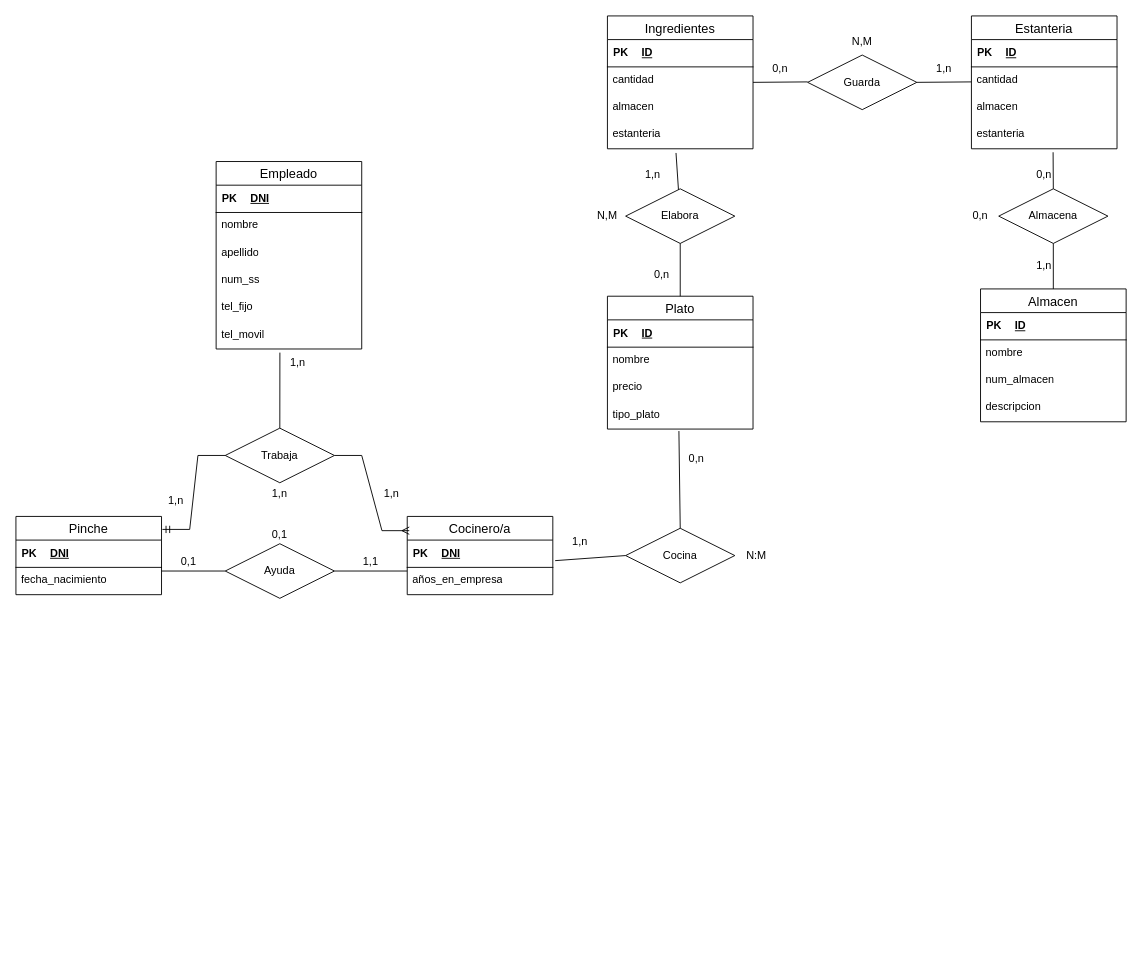
This is Ejercicio13.drawio from Daninuro/diagrames-cvf-dn-mpl-n-11102023, a draw.io file, before an edit. Source tidied: cells renumbered, new cells numbered last; positions are measured from the earlier drawing's top-left corner, leaving out a move shared by most shapes. Both pictures are drawn from the tidied source at 91%, with x=0, y=0 at pixel (15, 15).
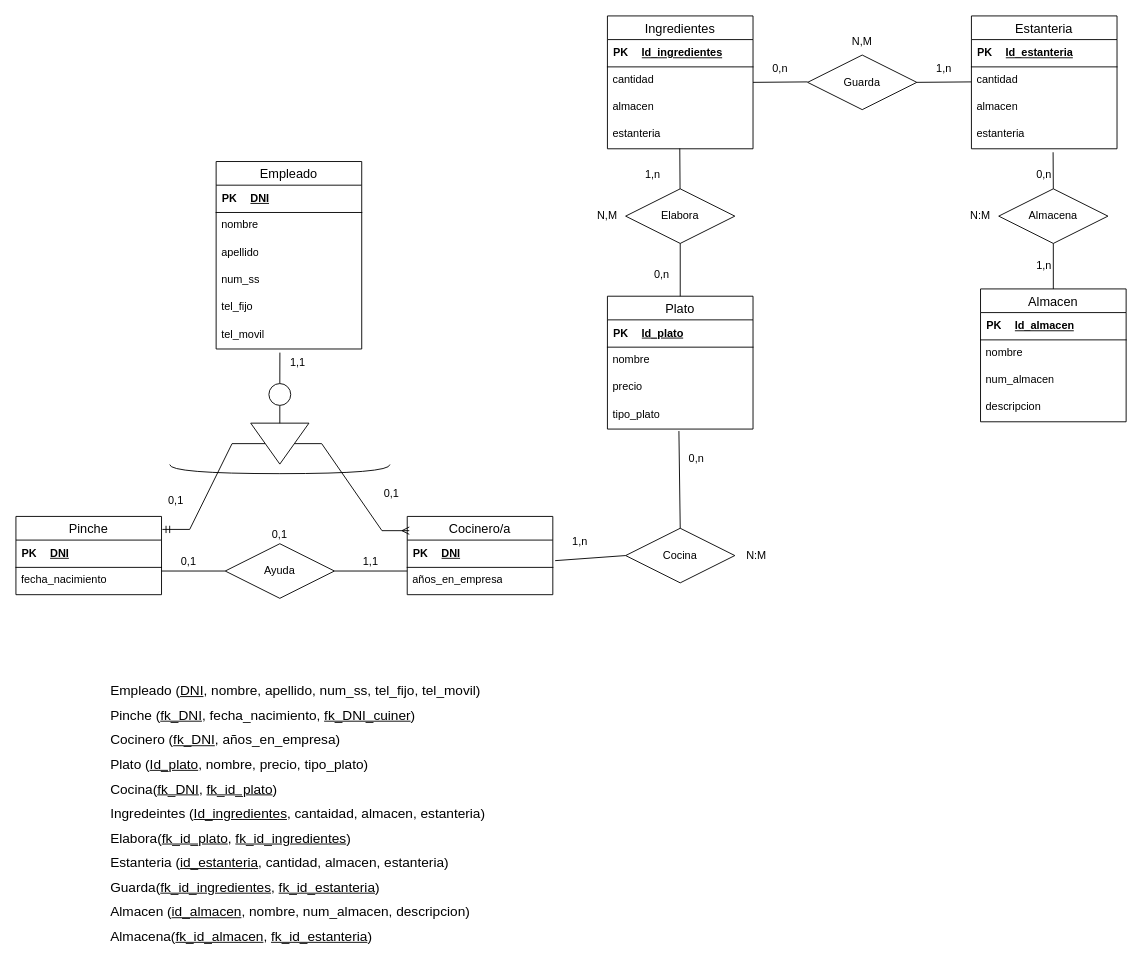
The same page after the edit.

The change refers to these unchanged cells:
```xml
<mxCell id="11" value="tel_movil" style="text;strokeColor=none;fillColor=none;spacingLeft=4;spacingRight=4;overflow=hidden;points=[[0,0.5],[1,0.5]];portConstraint=eastwest;fontSize=12;whiteSpace=wrap;html=1;" parent="2" vertex="1">
  <mxGeometry y="176" width="160" height="30" as="geometry" />
</mxCell>
<mxCell id="12" value="Cocinero/a" style="swimlane;fontStyle=0;horizontal=1;startSize=26;align=center;fontSize=14;" parent="1" vertex="1">
  <mxGeometry x="430" y="550" width="160" height="86" as="geometry" />
</mxCell>
<mxCell id="18" value="Pinche" style="swimlane;fontStyle=0;horizontal=1;startSize=26;align=center;fontSize=14;" parent="1" vertex="1">
  <mxGeometry y="550" width="160" height="86" as="geometry" />
</mxCell>
<mxCell id="26" style="shape=tableRow;horizontal=0;startSize=0;swimlaneHead=0;swimlaneBody=0;fillColor=none;top=0;left=0;right=0;bottom=1;" parent="25" vertex="1">
  <mxGeometry width="160" height="30" as="geometry" />
</mxCell>
<mxCell id="34" style="shape=tableRow;horizontal=0;startSize=0;swimlaneHead=0;swimlaneBody=0;fillColor=none;top=0;left=0;right=0;bottom=1;" parent="33" vertex="1">
  <mxGeometry width="160" height="30" as="geometry" />
</mxCell>
<mxCell id="39" value="estanteria" style="text;strokeColor=none;fillColor=none;spacingLeft=4;spacingRight=4;overflow=hidden;points=[[0,0.5],[1,0.5]];portConstraint=eastwest;fontSize=12;whiteSpace=wrap;html=1;" parent="32" vertex="1">
  <mxGeometry y="116" width="160" height="30" as="geometry" />
</mxCell>
<mxCell id="42" style="shape=tableRow;horizontal=0;startSize=0;swimlaneHead=0;swimlaneBody=0;fillColor=none;top=0;left=0;right=0;bottom=1;" parent="41" vertex="1">
  <mxGeometry width="160" height="30" as="geometry" />
</mxCell>
<mxCell id="50" style="shape=tableRow;horizontal=0;startSize=0;swimlaneHead=0;swimlaneBody=0;fillColor=none;top=0;left=0;right=0;bottom=1;" parent="49" vertex="1">
  <mxGeometry width="160" height="30" as="geometry" />
</mxCell>
<mxCell id="71" value="Elabora" style="shape=rhombus;perimeter=rhombusPerimeter;whiteSpace=wrap;html=1;align=center;" parent="1" vertex="1">
  <mxGeometry x="670" y="190" width="120" height="60" as="geometry" />
</mxCell>
```

The edit, as a diff of the source:
```diff
@@
-    <mxCell id="28" value="ID" style="shape=partialRectangle;fillColor=none;top=0;left=0;bottom=0;right=0;align=left;spacingLeft=6;fontStyle=5;overflow=hidden;whiteSpace=wrap;html=1;" parent="26" vertex="1">
+    <mxCell id="28" value="Id_plato" style="shape=partialRectangle;fillColor=none;top=0;left=0;bottom=0;right=0;align=left;spacingLeft=6;fontStyle=5;overflow=hidden;whiteSpace=wrap;html=1;" parent="26" vertex="1">
       <mxGeometry x="30" width="130" height="30" as="geometry" />
     </mxCell>
@@
-    <mxCell id="36" value="ID" style="shape=partialRectangle;fillColor=none;top=0;left=0;bottom=0;right=0;align=left;spacingLeft=6;fontStyle=5;overflow=hidden;whiteSpace=wrap;html=1;" parent="34" vertex="1">
+    <mxCell id="36" value="Id_ingredientes" style="shape=partialRectangle;fillColor=none;top=0;left=0;bottom=0;right=0;align=left;spacingLeft=6;fontStyle=5;overflow=hidden;whiteSpace=wrap;html=1;" parent="34" vertex="1">
       <mxGeometry x="30" width="130" height="30" as="geometry" />
     </mxCell>
@@
-    <mxCell id="44" value="ID" style="shape=partialRectangle;fillColor=none;top=0;left=0;bottom=0;right=0;align=left;spacingLeft=6;fontStyle=5;overflow=hidden;whiteSpace=wrap;html=1;" parent="42" vertex="1">
+    <mxCell id="44" value="Id_estanteria" style="shape=partialRectangle;fillColor=none;top=0;left=0;bottom=0;right=0;align=left;spacingLeft=6;fontStyle=5;overflow=hidden;whiteSpace=wrap;html=1;" parent="42" vertex="1">
       <mxGeometry x="30" width="130" height="30" as="geometry" />
     </mxCell>
@@
-    <mxCell id="52" value="ID" style="shape=partialRectangle;fillColor=none;top=0;left=0;bottom=0;right=0;align=left;spacingLeft=6;fontStyle=5;overflow=hidden;whiteSpace=wrap;html=1;" parent="50" vertex="1">
+    <mxCell id="52" value="Id_almacen" style="shape=partialRectangle;fillColor=none;top=0;left=0;bottom=0;right=0;align=left;spacingLeft=6;fontStyle=5;overflow=hidden;whiteSpace=wrap;html=1;" parent="50" vertex="1">
       <mxGeometry x="30" width="130" height="30" as="geometry" />
     </mxCell>
@@
-    <mxCell id="56" value="Trabaja" style="shape=rhombus;perimeter=rhombusPerimeter;whiteSpace=wrap;html=1;align=center;" parent="1" vertex="1">
-      <mxGeometry x="230" y="453" width="120" height="60" as="geometry" />
-    </mxCell>
-    <mxCell id="57" style="endArrow=none;html=1;rounded=0;entryX=0.438;entryY=1.133;entryDx=0;entryDy=0;entryPerimeter=0;exitX=0.5;exitY=0;exitDx=0;exitDy=0;" parent="1" edge="1" source="56" target="11">
+    <mxCell id="57" style="endArrow=none;html=1;rounded=0;entryX=0.438;entryY=1.133;entryDx=0;entryDy=0;entryPerimeter=0;exitX=0.5;exitY=0;exitDx=0;exitDy=0;" parent="1" edge="1" source="96" target="11">
       <mxGeometry relative="1" as="geometry" />
     </mxCell>
-    <mxCell id="58" style="edgeStyle=entityRelationEdgeStyle;fontSize=12;html=1;endArrow=ERmany;rounded=0;entryX=0.014;entryY=0.182;entryDx=0;entryDy=0;entryPerimeter=0;exitX=1;exitY=0.5;exitDx=0;exitDy=0;" parent="1" edge="1" source="56" target="12">
+    <mxCell id="58" style="edgeStyle=entityRelationEdgeStyle;fontSize=12;html=1;endArrow=ERmany;rounded=0;entryX=0.014;entryY=0.182;entryDx=0;entryDy=0;entryPerimeter=0;exitX=0.5;exitY=0;exitDx=0;exitDy=0;" parent="1" edge="1" source="97" target="12">
       <mxGeometry relative="1" as="geometry">
         <Array as="points">
           <mxPoint x="410" y="620" />
         </Array>
       </mxGeometry>
     </mxCell>
-    <mxCell id="59" style="edgeStyle=entityRelationEdgeStyle;fontSize=12;html=1;endArrow=ERmandOne;rounded=0;exitX=0;exitY=0.5;exitDx=0;exitDy=0;entryX=1.006;entryY=0.166;entryDx=0;entryDy=0;entryPerimeter=0;" parent="1" edge="1" source="56" target="18">
+    <mxCell id="59" style="edgeStyle=entityRelationEdgeStyle;fontSize=12;html=1;endArrow=ERmandOne;rounded=0;entryX=1.006;entryY=0.166;entryDx=0;entryDy=0;entryPerimeter=0;" parent="1" edge="1" source="97" target="18">
       <mxGeometry relative="1" as="geometry">
         <Array as="points">
           <mxPoint x="150" y="630" />
         </Array>
       </mxGeometry>
     </mxCell>
-    <mxCell id="60" value="1,n" style="text;html=1;strokeColor=none;fillColor=none;align=center;verticalAlign=middle;whiteSpace=wrap;rounded=0;" parent="1" vertex="1">
+    <mxCell id="60" value="0,1" style="text;html=1;strokeColor=none;fillColor=none;align=center;verticalAlign=middle;whiteSpace=wrap;rounded=0;" parent="1" vertex="1">
       <mxGeometry x="146" y="518" width="60" height="30" as="geometry" />
     </mxCell>
-    <mxCell id="61" value="1,n" style="text;html=1;strokeColor=none;fillColor=none;align=center;verticalAlign=middle;whiteSpace=wrap;rounded=0;" parent="1" vertex="1">
+    <mxCell id="61" value="0,1" style="text;html=1;strokeColor=none;fillColor=none;align=center;verticalAlign=middle;whiteSpace=wrap;rounded=0;" parent="1" vertex="1">
       <mxGeometry x="383" y="510" width="60" height="30" as="geometry" />
     </mxCell>
-    <mxCell id="62" value="1,n" style="text;html=1;strokeColor=none;fillColor=none;align=center;verticalAlign=middle;whiteSpace=wrap;rounded=0;" parent="1" vertex="1">
+    <mxCell id="62" value="1,1" style="text;html=1;strokeColor=none;fillColor=none;align=center;verticalAlign=middle;whiteSpace=wrap;rounded=0;" parent="1" vertex="1">
       <mxGeometry x="280" y="366" width="60" height="30" as="geometry" />
     </mxCell>
@@
-    <mxCell id="72" style="endArrow=none;html=1;rounded=0;entryX=0.471;entryY=1.153;entryDx=0;entryDy=0;entryPerimeter=0;" parent="1" edge="1" source="71" target="39">
+    <mxCell id="72" style="endArrow=none;html=1;rounded=0;entryX=0.497;entryY=0.989;entryDx=0;entryDy=0;entryPerimeter=0;" parent="1" edge="1" source="71" target="39">
       <mxGeometry relative="1" as="geometry" />
     </mxCell>
@@
-    <mxCell id="77" value="1,n" style="text;html=1;strokeColor=none;fillColor=none;align=center;verticalAlign=middle;whiteSpace=wrap;rounded=0;" parent="1" vertex="1">
-      <mxGeometry x="260" y="510" width="60" height="30" as="geometry" />
-    </mxCell>
@@
-    <mxCell id="90" value="0,n" style="text;html=1;strokeColor=none;fillColor=none;align=center;verticalAlign=middle;whiteSpace=wrap;rounded=0;" parent="1" vertex="1">
+    <mxCell id="90" value="N:M" style="text;html=1;strokeColor=none;fillColor=none;align=center;verticalAlign=middle;whiteSpace=wrap;rounded=0;" parent="1" vertex="1">
       <mxGeometry x="1030" y="205" width="60" height="30" as="geometry" />
     </mxCell>
@@
+    <mxCell id="94" value="&lt;div style=&quot;text-align: justify; line-height: 180%; font-size: 15px;&quot;&gt;&lt;span style=&quot;background-color: initial;&quot;&gt;&lt;font style=&quot;font-size: 15px;&quot;&gt;Empleado (&lt;u style=&quot;&quot;&gt;DNI&lt;/u&gt;, nombre, apellido, num_ss, tel_fijo, tel_movil)&lt;/font&gt;&lt;/span&gt;&lt;/div&gt;&lt;div style=&quot;text-align: justify; line-height: 180%; font-size: 15px;&quot;&gt;&lt;span style=&quot;background-color: initial;&quot;&gt;&lt;font style=&quot;font-size: 15px;&quot;&gt;Pinche (&lt;u&gt;fk_DNI&lt;/u&gt;, fecha_nacimiento, &lt;u&gt;fk_DNI_cuiner&lt;/u&gt;)&lt;/font&gt;&lt;/span&gt;&lt;/div&gt;&lt;div style=&quot;text-align: justify; line-height: 180%; font-size: 15px;&quot;&gt;&lt;span style=&quot;background-color: initial;&quot;&gt;&lt;font style=&quot;font-size: 15px;&quot;&gt;Cocinero (&lt;u&gt;fk_DNI&lt;/u&gt;, años_en_empresa)&lt;/font&gt;&lt;/span&gt;&lt;/div&gt;&lt;div style=&quot;text-align: justify; line-height: 180%; font-size: 15px;&quot;&gt;&lt;span style=&quot;background-color: initial;&quot;&gt;&lt;font style=&quot;font-size: 15px;&quot;&gt;Plato (&lt;u&gt;Id_plato&lt;/u&gt;, nombre, precio, tipo_plato)&lt;/font&gt;&lt;/span&gt;&lt;/div&gt;&lt;div style=&quot;text-align: justify; line-height: 180%; font-size: 15px;&quot;&gt;&lt;font style=&quot;font-size: 15px;&quot;&gt;Cocina(&lt;u style=&quot;border-color: var(--border-color);&quot;&gt;fk_DNI&lt;/u&gt;,&amp;nbsp;&lt;u style=&quot;border-color: var(--border-color);&quot;&gt;fk_id_plato&lt;/u&gt;)&lt;/font&gt;&lt;/div&gt;&lt;div style=&quot;text-align: justify; line-height: 180%; font-size: 15px;&quot;&gt;&lt;span style=&quot;background-color: initial;&quot;&gt;&lt;font style=&quot;font-size: 15px;&quot;&gt;Ingredeintes (&lt;u&gt;Id_ingredientes&lt;/u&gt;, cantaidad, almacen, estanteria)&lt;/font&gt;&lt;/span&gt;&lt;/div&gt;&lt;div style=&quot;text-align: justify; line-height: 180%; font-size: 15px;&quot;&gt;&lt;font style=&quot;font-size: 15px;&quot;&gt;Elabora(&lt;u&gt;fk_id_plato&lt;/u&gt;, &lt;u&gt;fk_id_ingredientes&lt;/u&gt;)&lt;span style=&quot;background-color: initial;&quot;&gt;&lt;font style=&quot;font-size: 15px;&quot;&gt;&lt;br&gt;&lt;/font&gt;&lt;/span&gt;&lt;/font&gt;&lt;/div&gt;&lt;div style=&quot;text-align: justify; line-height: 180%; font-size: 15px;&quot;&gt;&lt;span style=&quot;background-color: initial;&quot;&gt;&lt;font style=&quot;font-size: 15px;&quot;&gt;Estanteria (&lt;u&gt;id_estanteria&lt;/u&gt;, cantidad, almacen, estanteria)&lt;/font&gt;&lt;/span&gt;&lt;/div&gt;&lt;div style=&quot;text-align: justify; line-height: 180%; font-size: 15px;&quot;&gt;&lt;span style=&quot;background-color: initial;&quot;&gt;&lt;font style=&quot;font-size: 15px;&quot;&gt;Guarda(&lt;u&gt;fk_id_ingredientes&lt;/u&gt;, &lt;u&gt;fk_id_estanteria&lt;/u&gt;)&lt;/font&gt;&lt;/span&gt;&lt;/div&gt;&lt;div style=&quot;text-align: justify; line-height: 180%; font-size: 15px;&quot;&gt;&lt;span style=&quot;background-color: initial;&quot;&gt;&lt;font style=&quot;font-size: 15px;&quot;&gt;Almacen (&lt;u&gt;id_almacen&lt;/u&gt;, nombre, num_almacen, descripcion)&lt;/font&gt;&lt;/span&gt;&lt;/div&gt;&lt;div style=&quot;text-align: justify; line-height: 180%; font-size: 15px;&quot;&gt;&lt;span style=&quot;background-color: initial;&quot;&gt;&lt;font style=&quot;font-size: 15px;&quot;&gt;Almacena(&lt;u style=&quot;&quot;&gt;fk_id_almacen&lt;/u&gt;, &lt;u style=&quot;&quot;&gt;fk_id_estanteria&lt;/u&gt;)&lt;/font&gt;&lt;/span&gt;&lt;/div&gt;" style="text;html=1;strokeColor=none;fillColor=none;align=center;verticalAlign=middle;whiteSpace=wrap;rounded=0;" parent="1" vertex="1">
+      <mxGeometry x="29" y="718" width="562" height="315" as="geometry" />
+    </mxCell>
+    <mxCell id="95" style="endArrow=none;html=1;rounded=0;entryX=0.5;entryY=1;entryDx=0;entryDy=0;exitX=0.5;exitY=0;exitDx=0;exitDy=0;" parent="1" edge="1" target="96">
+      <mxGeometry relative="1" as="geometry">
+        <mxPoint x="290" y="453" as="sourcePoint" />
+      </mxGeometry>
+    </mxCell>
+    <mxCell id="96" style="ellipse;whiteSpace=wrap;html=1;" parent="1" vertex="1">
+      <mxGeometry x="278" y="404" width="24" height="24" as="geometry" />
+    </mxCell>
+    <mxCell id="97" style="triangle;whiteSpace=wrap;html=1;rotation=90;" parent="1" vertex="1">
+      <mxGeometry x="267.5" y="438" width="45" height="64" as="geometry" />
+    </mxCell>
+    <mxCell id="98" style="shape=requiredInterface;html=1;verticalLabelPosition=bottom;sketch=0;rotation=90;" parent="1" vertex="1">
+      <mxGeometry x="285" y="377" width="10" height="242" as="geometry" />
+    </mxCell>
```
